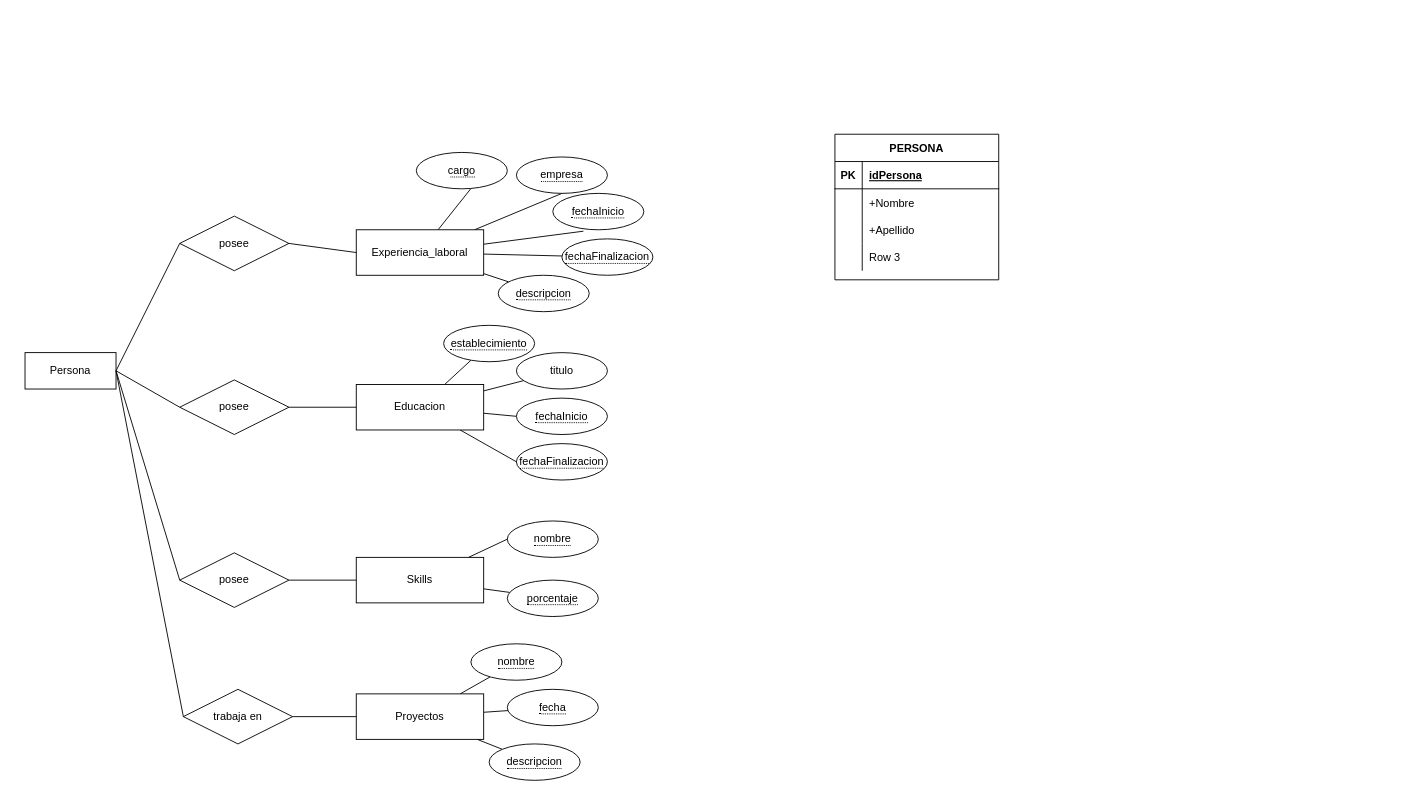
pablovede/portfolioArgPrograma keeps this draw.io diagram as database/DERv2.drawio. Above is the earlier version. Source tidied: cells renumbered, new cells numbered last; positions are measured from the earlier drawing's top-left corner, leaving out a move shared by most shapes. Both pictures are drawn from the tidied source at 91%, with x=0, y=0 at pixel (25, 134).
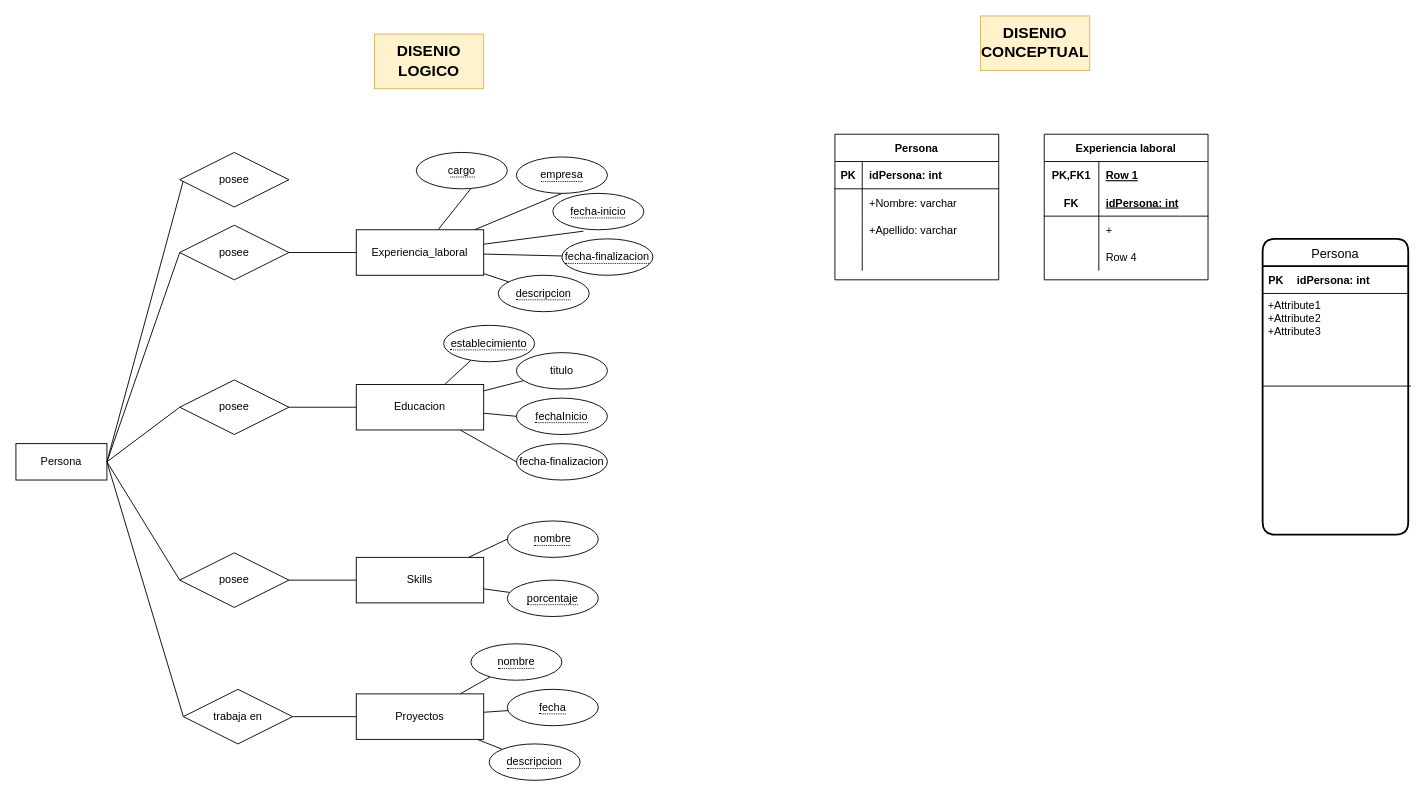
After the change.

Commit message:
cambio de cuadritos

Unchanged cells that the change refers to:
```xml
<mxCell id="3" style="shape=tableRow;horizontal=0;startSize=0;swimlaneHead=0;swimlaneBody=0;fillColor=none;top=0;left=0;right=0;bottom=1;" parent="2" vertex="1">
  <mxGeometry y="30" width="180" height="30" as="geometry" />
</mxCell>
<mxCell id="6" style="shape=tableRow;horizontal=0;startSize=0;swimlaneHead=0;swimlaneBody=0;fillColor=none;top=0;left=0;right=0;bottom=0;" parent="2" vertex="1">
  <mxGeometry y="60" width="180" height="30" as="geometry" />
</mxCell>
<mxCell id="9" style="shape=tableRow;horizontal=0;startSize=0;swimlaneHead=0;swimlaneBody=0;fillColor=none;top=0;left=0;right=0;bottom=0;" parent="2" vertex="1">
  <mxGeometry y="90" width="180" height="30" as="geometry" />
</mxCell>
<mxCell id="12" style="shape=tableRow;horizontal=0;startSize=0;swimlaneHead=0;swimlaneBody=0;fillColor=none;top=0;left=0;right=0;bottom=0;" parent="2" vertex="1">
  <mxGeometry y="120" width="180" height="30" as="geometry" />
</mxCell>
```

The edit, as a diff of the source:
```diff
@@
-    <mxCell id="2" value="PERSONA" style="shape=table;startSize=30;childLayout=tableLayout;rowLines=0;fontStyle=1;align=center;" parent="1" vertex="1">
+    <mxCell id="2" value="Persona" style="shape=table;startSize=30;childLayout=tableLayout;rowLines=0;fontStyle=1;align=center;" parent="1" vertex="1">
       <mxGeometry x="890" width="180" height="160" as="geometry" />
     </mxCell>
@@
-    <mxCell id="5" value="idPersona" style="shape=partialRectangle;fillColor=none;top=0;left=0;bottom=0;right=0;align=left;spacingLeft=6;fontStyle=5;overflow=hidden;" parent="3" vertex="1">
+    <mxCell id="5" value="idPersona: int" style="shape=partialRectangle;fillColor=none;top=0;left=0;bottom=0;right=0;align=left;spacingLeft=6;fontStyle=1;overflow=hidden;" parent="3" vertex="1">
       <mxGeometry x="30" width="150" height="30" as="geometry" />
     </mxCell>
@@
-    <mxCell id="8" value="+Nombre" style="shape=partialRectangle;fillColor=none;top=0;left=0;bottom=0;right=0;align=left;spacingLeft=6;overflow=hidden;" parent="6" vertex="1">
+    <mxCell id="8" value="+Nombre: varchar" style="shape=partialRectangle;fillColor=none;top=0;left=0;bottom=0;right=0;align=left;spacingLeft=6;overflow=hidden;" parent="6" vertex="1">
       <mxGeometry x="30" width="150" height="30" as="geometry" />
     </mxCell>
@@
-    <mxCell id="11" value="+Apellido" style="shape=partialRectangle;fillColor=none;top=0;left=0;bottom=0;right=0;align=left;spacingLeft=6;overflow=hidden;" parent="9" vertex="1">
+    <mxCell id="11" value="+Apellido: varchar" style="shape=partialRectangle;fillColor=none;top=0;left=0;bottom=0;right=0;align=left;spacingLeft=6;overflow=hidden;" parent="9" vertex="1">
       <mxGeometry x="30" width="150" height="30" as="geometry" />
     </mxCell>
@@
-    <mxCell id="14" value="Row 3" style="shape=partialRectangle;fillColor=none;top=0;left=0;bottom=0;right=0;align=left;spacingLeft=6;overflow=hidden;" parent="12" vertex="1">
+    <mxCell id="14" style="shape=partialRectangle;fillColor=none;top=0;left=0;bottom=0;right=0;align=left;spacingLeft=6;overflow=hidden;" parent="12" vertex="1">
       <mxGeometry x="30" width="150" height="30" as="geometry" />
     </mxCell>
+    <mxCell id="60" style="edgeStyle=none;shape=connector;rounded=0;jettySize=auto;html=1;exitX=1;exitY=0.5;exitDx=0;exitDy=0;entryX=0.039;entryY=0.474;entryDx=0;entryDy=0;entryPerimeter=0;labelBackgroundColor=default;fontFamily=Helvetica;fontSize=11;fontColor=default;endArrow=none;strokeColor=default;" parent="1" edge="1" source="15" target="61">
+      <mxGeometry relative="1" as="geometry" />
+    </mxCell>
     <mxCell id="15" value="Persona" style="whiteSpace=wrap;html=1;align=center;" parent="1" vertex="1">
-      <mxGeometry y="240" width="100" height="40" as="geometry" />
+      <mxGeometry x="-10" y="340" width="100" height="40" as="geometry" />
     </mxCell>
@@
     <mxCell id="34" value="posee" style="shape=rhombus;perimeter=rhombusPerimeter;whiteSpace=wrap;html=1;align=center;" parent="1" vertex="1">
-      <mxGeometry x="170" y="90" width="120" height="60" as="geometry" />
+      <mxGeometry x="170" y="100" width="120" height="60" as="geometry" />
     </mxCell>
@@
-    <mxCell id="48" value="&lt;span style=&quot;border-bottom: 1px dotted&quot;&gt;fechaInicio&lt;/span&gt;" style="ellipse;whiteSpace=wrap;html=1;align=center;" parent="1" vertex="1">
+    <mxCell id="48" value="&lt;span style=&quot;border-bottom: 1px dotted&quot;&gt;fecha-inicio&lt;/span&gt;" style="ellipse;whiteSpace=wrap;html=1;align=center;" parent="1" vertex="1">
       <mxGeometry x="580" y="65" width="100" height="40" as="geometry" />
     </mxCell>
-    <mxCell id="49" value="&lt;span style=&quot;border-bottom: 1px dotted&quot;&gt;fechaFinalizacion&lt;/span&gt;" style="ellipse;whiteSpace=wrap;html=1;align=center;" parent="1" vertex="1">
+    <mxCell id="49" value="&lt;span style=&quot;border-bottom: 1px dotted&quot;&gt;fecha-finalizacion&lt;/span&gt;" style="ellipse;whiteSpace=wrap;html=1;align=center;" parent="1" vertex="1">
       <mxGeometry x="590" y="115" width="100" height="40" as="geometry" />
     </mxCell>
@@
-    <mxCell id="54" value="&lt;span style=&quot;border-bottom: 1px dotted&quot;&gt;fechaFinalizacion&lt;/span&gt;" style="ellipse;whiteSpace=wrap;html=1;align=center;" parent="1" vertex="1">
+    <mxCell id="54" value="fecha-finalizacion" style="ellipse;whiteSpace=wrap;html=1;align=center;" parent="1" vertex="1">
       <mxGeometry x="540" y="340" width="100" height="40" as="geometry" />
     </mxCell>
@@
+    <mxCell id="61" value="posee" style="shape=rhombus;perimeter=rhombusPerimeter;whiteSpace=wrap;html=1;align=center;" parent="1" vertex="1">
+      <mxGeometry x="170" y="20" width="120" height="60" as="geometry" />
+    </mxCell>
+    <mxCell id="62" value="DISENIO LOGICO" style="rounded=0;whiteSpace=wrap;html=1;fontFamily=Helvetica;fontSize=17;fontStyle=1;fillColor=#fff2cc;strokeColor=#d6b656;" parent="1" vertex="1">
+      <mxGeometry x="384" y="-110" width="120" height="60" as="geometry" />
+    </mxCell>
+    <mxCell id="63" value="DISENIO CONCEPTUAL" style="rounded=0;whiteSpace=wrap;html=1;fontFamily=Helvetica;fontSize=17;fontStyle=1;fillColor=#fff2cc;strokeColor=#d6b656;" parent="1" vertex="1">
+      <mxGeometry x="1050" y="-130" width="120" height="60" as="geometry" />
+    </mxCell>
+    <mxCell id="64" value="Experiencia laboral" style="shape=table;startSize=30;childLayout=tableLayout;rowLines=0;fontStyle=1;align=center;fontFamily=Helvetica;fontSize=12;fontColor=default;" parent="1" vertex="1">
+      <mxGeometry x="1120" width="180" height="160" as="geometry" />
+    </mxCell>
+    <mxCell id="65" style="shape=tableRow;horizontal=0;startSize=0;swimlaneHead=0;swimlaneBody=0;fillColor=none;top=0;left=0;right=0;bottom=0;fontFamily=Helvetica;fontSize=12;fontColor=default;" parent="64" vertex="1">
+      <mxGeometry y="30" width="180" height="30" as="geometry" />
+    </mxCell>
+    <mxCell id="66" value="PK,FK1" style="shape=partialRectangle;fillColor=none;top=0;left=0;bottom=0;right=0;fontStyle=1;overflow=hidden;fontFamily=Helvetica;fontSize=12;fontColor=default;" parent="65" vertex="1">
+      <mxGeometry width="60" height="30" as="geometry" />
+    </mxCell>
+    <mxCell id="67" value="Row 1" style="shape=partialRectangle;fillColor=none;top=0;left=0;bottom=0;right=0;align=left;spacingLeft=6;fontStyle=5;overflow=hidden;fontFamily=Helvetica;fontSize=12;fontColor=default;" parent="65" vertex="1">
+      <mxGeometry x="60" width="120" height="30" as="geometry" />
+    </mxCell>
+    <mxCell id="68" style="shape=tableRow;horizontal=0;startSize=0;swimlaneHead=0;swimlaneBody=0;fillColor=none;top=0;left=0;right=0;bottom=1;fontFamily=Helvetica;fontSize=12;fontColor=default;" parent="64" vertex="1">
+      <mxGeometry y="60" width="180" height="30" as="geometry" />
+    </mxCell>
+    <mxCell id="69" value="FK" style="shape=partialRectangle;fillColor=none;top=0;left=0;bottom=0;right=0;fontStyle=1;overflow=hidden;fontFamily=Helvetica;fontSize=12;fontColor=default;" parent="68" vertex="1">
+      <mxGeometry width="60" height="30" as="geometry" />
+    </mxCell>
+    <mxCell id="70" value="idPersona: int" style="shape=partialRectangle;fillColor=none;top=0;left=0;bottom=0;right=0;align=left;spacingLeft=6;fontStyle=5;overflow=hidden;fontFamily=Helvetica;fontSize=12;fontColor=default;" parent="68" vertex="1">
+      <mxGeometry x="60" width="120" height="30" as="geometry" />
+    </mxCell>
+    <mxCell id="71" style="shape=tableRow;horizontal=0;startSize=0;swimlaneHead=0;swimlaneBody=0;fillColor=none;top=0;left=0;right=0;bottom=0;fontFamily=Helvetica;fontSize=12;fontColor=default;" parent="64" vertex="1">
+      <mxGeometry y="90" width="180" height="30" as="geometry" />
+    </mxCell>
+    <mxCell id="72" style="shape=partialRectangle;fillColor=none;top=0;left=0;bottom=0;right=0;overflow=hidden;fontFamily=Helvetica;fontSize=12;fontColor=default;" parent="71" vertex="1">
+      <mxGeometry width="60" height="30" as="geometry" />
+    </mxCell>
+    <mxCell id="73" value="+" style="shape=partialRectangle;fillColor=none;top=0;left=0;bottom=0;right=0;align=left;spacingLeft=6;overflow=hidden;fontFamily=Helvetica;fontSize=12;fontColor=default;" parent="71" vertex="1">
+      <mxGeometry x="60" width="120" height="30" as="geometry" />
+    </mxCell>
+    <mxCell id="74" style="shape=tableRow;horizontal=0;startSize=0;swimlaneHead=0;swimlaneBody=0;fillColor=none;top=0;left=0;right=0;bottom=0;fontFamily=Helvetica;fontSize=12;fontColor=default;" parent="64" vertex="1">
+      <mxGeometry y="120" width="180" height="30" as="geometry" />
+    </mxCell>
+    <mxCell id="75" style="shape=partialRectangle;fillColor=none;top=0;left=0;bottom=0;right=0;overflow=hidden;fontFamily=Helvetica;fontSize=12;fontColor=default;" parent="74" vertex="1">
+      <mxGeometry width="60" height="30" as="geometry" />
+    </mxCell>
+    <mxCell id="76" value="Row 4" style="shape=partialRectangle;fillColor=none;top=0;left=0;bottom=0;right=0;align=left;spacingLeft=6;overflow=hidden;fontFamily=Helvetica;fontSize=12;fontColor=default;" parent="74" vertex="1">
+      <mxGeometry x="60" width="120" height="30" as="geometry" />
+    </mxCell>
+    <mxCell id="77" value="Persona" style="swimlane;horizontal=1;startSize=30;rounded=1;fontSize=14;fontStyle=0;strokeWidth=2;shadow=0;dashed=0;align=center;fontFamily=Helvetica;fontColor=default;" parent="1" vertex="1">
+      <mxGeometry x="1360" y="115" width="160" height="325" as="geometry" />
+    </mxCell>
+    <mxCell id="78" style="shape=table;startSize=0;childLayout=tableLayout;rowLines=0;fontStyle=0;align=center;strokeColor=none;fillColor=none;fontFamily=Helvetica;fontSize=12;fontColor=default;" parent="77" vertex="1">
+      <mxGeometry y="30" width="160" height="30" as="geometry" />
+    </mxCell>
+    <mxCell id="79" style="shape=tableRow;horizontal=0;startSize=0;swimlaneHead=0;swimlaneBody=0;fillColor=none;top=0;left=0;right=0;bottom=1;fontFamily=Helvetica;fontSize=12;fontColor=default;" parent="78" vertex="1">
+      <mxGeometry width="160" height="30" as="geometry" />
+    </mxCell>
+    <mxCell id="80" value="PK" style="shape=partialRectangle;fillColor=none;top=0;left=0;bottom=0;right=0;fontStyle=1;overflow=hidden;fontFamily=Helvetica;fontSize=12;fontColor=default;" parent="79" vertex="1">
+      <mxGeometry width="30" height="30" as="geometry" />
+    </mxCell>
+    <mxCell id="81" value="idPersona: int" style="shape=partialRectangle;fillColor=none;top=0;left=0;bottom=0;right=0;align=left;spacingLeft=6;fontStyle=1;overflow=hidden;fontFamily=Helvetica;fontSize=12;fontColor=default;" parent="79" vertex="1">
+      <mxGeometry x="30" width="130" height="30" as="geometry" />
+    </mxCell>
+    <mxCell id="82" value="+Attribute1&#10;+Attribute2&#10;+Attribute3" style="align=left;strokeColor=none;fillColor=none;spacingLeft=4;fontSize=12;verticalAlign=top;fontFamily=Helvetica;fontColor=default;" parent="77" vertex="1">
+      <mxGeometry y="60" width="160" height="265" as="geometry" />
+    </mxCell>
+    <mxCell id="83" style="endArrow=none;html=1;rounded=0;labelBackgroundColor=default;fontFamily=Helvetica;fontSize=12;fontColor=default;strokeColor=default;shape=connector;entryX=1.018;entryY=0.384;entryDx=0;entryDy=0;entryPerimeter=0;exitX=0;exitY=0.384;exitDx=0;exitDy=0;exitPerimeter=0;" parent="77" edge="1" source="82" target="82">
+      <mxGeometry relative="1" as="geometry" />
+    </mxCell>
```
